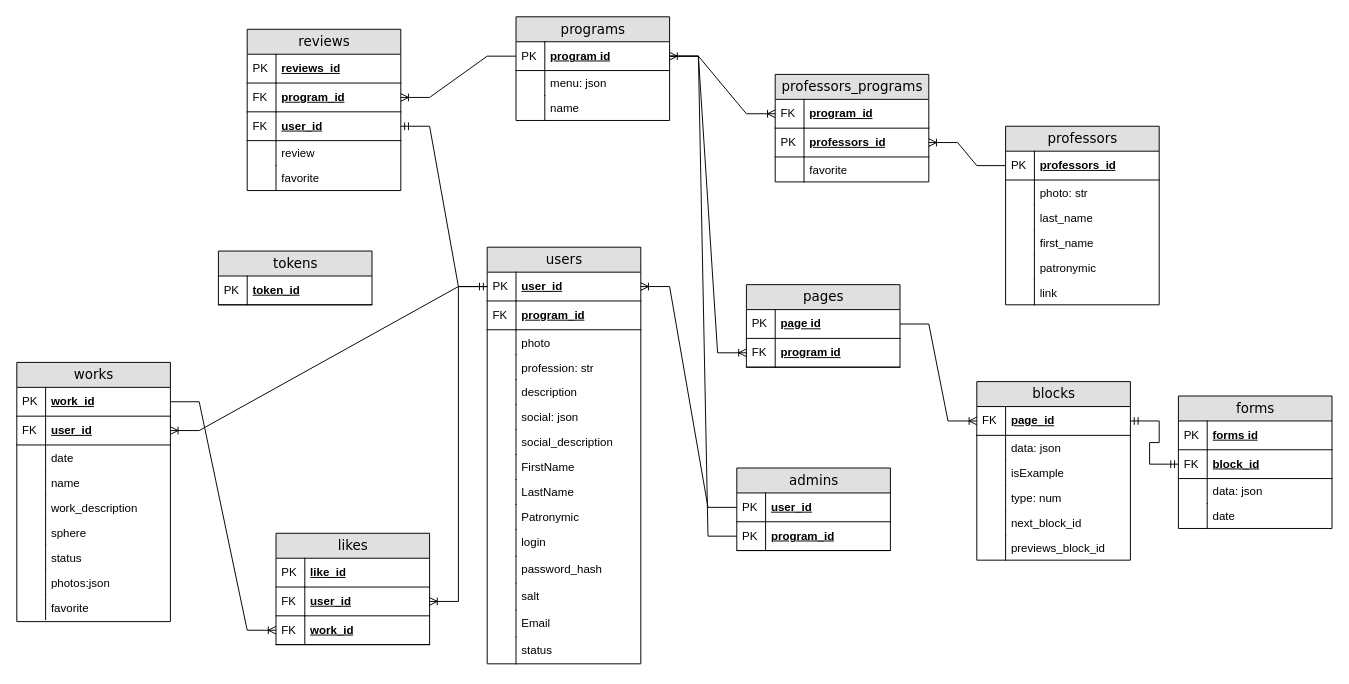
Before: Диаграмма без названия.drawio in HerzenStudents-ITxD/lending-skills-frontend-docs-2025s, a draw.io diagram. Source tidied: cells renumbered, new cells numbered last; positions are measured from the earlier drawing's top-left corner, leaving out a move shared by most shapes. Both pictures are drawn from the tidied source at 96%, with x=0, y=0 at pixel (16, 16).
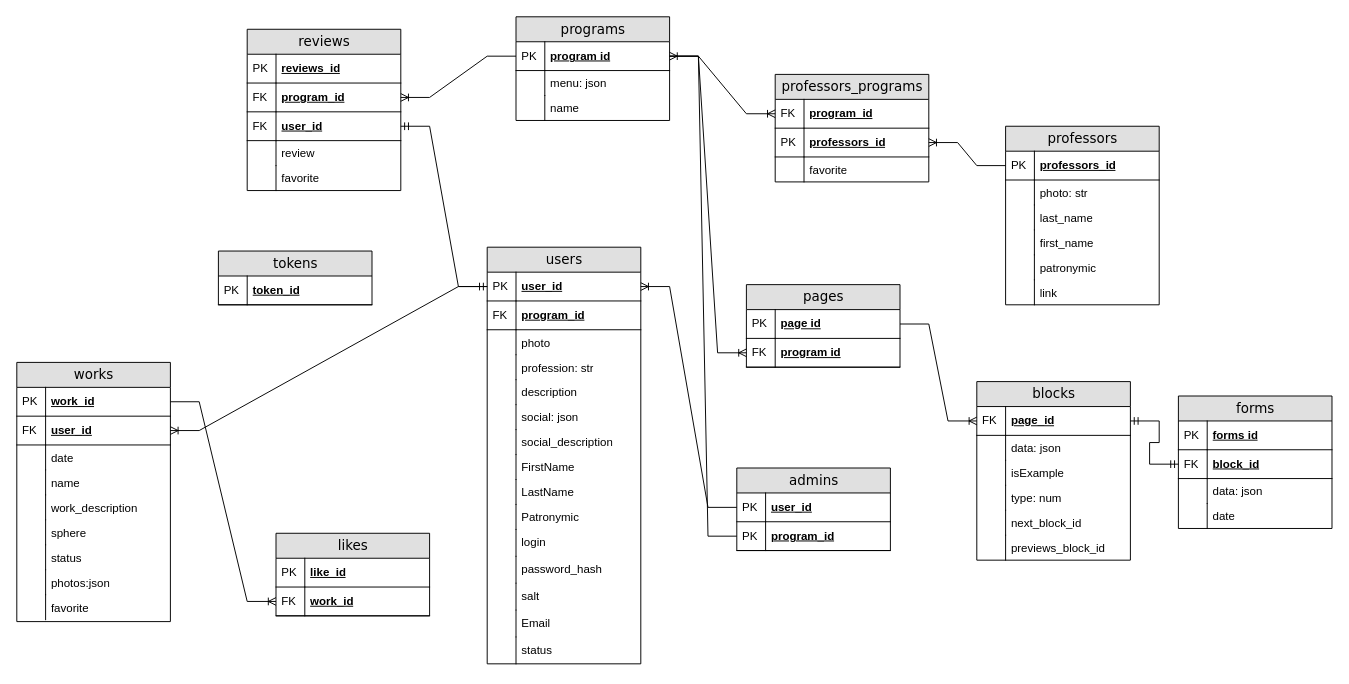
The same diagram, later.

The change refers to these unchanged cells:
```xml
<mxCell id="68" value="user_id" style="shape=partialRectangle;top=0;left=0;right=0;bottom=1;html=1;align=left;verticalAlign=middle;fillColor=none;spacingLeft=34;spacingRight=4;whiteSpace=wrap;overflow=hidden;points=[[0,0.5],[1,0.5]];portConstraint=eastwest;fontStyle=5;" parent="67" vertex="1">
  <mxGeometry y="26" width="160" height="30" as="geometry" />
</mxCell>
```

Diff of the diagram source:
```diff
@@
     <mxCell id="123" value="likes" style="swimlane;html=1;fontStyle=0;horizontal=1;startSize=26;fillColor=#e0e0e0;swimlaneFillColor=#ffffff;align=center;rounded=0;shadow=0;comic=0;labelBackgroundColor=none;strokeWidth=1;fontFamily=Verdana;fontSize=14;" parent="1" vertex="1">
-      <mxGeometry x="270" y="538" width="160" height="116" as="geometry" />
+      <mxGeometry x="270" y="538" width="160" height="86" as="geometry" />
     </mxCell>
@@
-    <mxCell id="126" value="user_id" style="shape=partialRectangle;top=0;left=0;right=0;bottom=1;html=1;align=left;verticalAlign=middle;fillColor=none;spacingLeft=34;spacingRight=4;whiteSpace=wrap;overflow=hidden;points=[[0,0.5],[1,0.5]];portConstraint=eastwest;fontStyle=5;" parent="123" vertex="1">
-      <mxGeometry y="56" width="160" height="30" as="geometry" />
-    </mxCell>
-    <mxCell id="127" value="FK" style="shape=partialRectangle;top=0;left=0;bottom=0;html=1;fillColor=none;align=left;verticalAlign=middle;spacingLeft=4;spacingRight=4;whiteSpace=wrap;overflow=hidden;" parent="126" vertex="1">
-      <mxGeometry width="30" height="30" as="geometry" />
-    </mxCell>
     <mxCell id="128" value="work_id" style="shape=partialRectangle;top=0;left=0;right=0;bottom=1;html=1;align=left;verticalAlign=middle;fillColor=none;spacingLeft=34;spacingRight=4;whiteSpace=wrap;overflow=hidden;points=[[0,0.5],[1,0.5]];portConstraint=eastwest;fontStyle=5;" parent="123" vertex="1">
-      <mxGeometry y="86" width="160" height="30" as="geometry" />
+      <mxGeometry y="56" width="160" height="30" as="geometry" />
     </mxCell>
@@
-    <mxCell id="130" style="edgeStyle=entityRelationEdgeStyle;fontSize=12;html=1;endArrow=ERoneToMany;rounded=0;entryX=1;entryY=0.5;entryDx=0;entryDy=0;exitX=0;exitY=0.5;exitDx=0;exitDy=0;" parent="1" edge="1" source="68" target="126">
-      <mxGeometry relative="1" as="geometry">
-        <Array as="points">
-          <mxPoint x="480" y="520" />
-          <mxPoint x="470" y="510" />
-        </Array>
-      </mxGeometry>
-    </mxCell>
```
